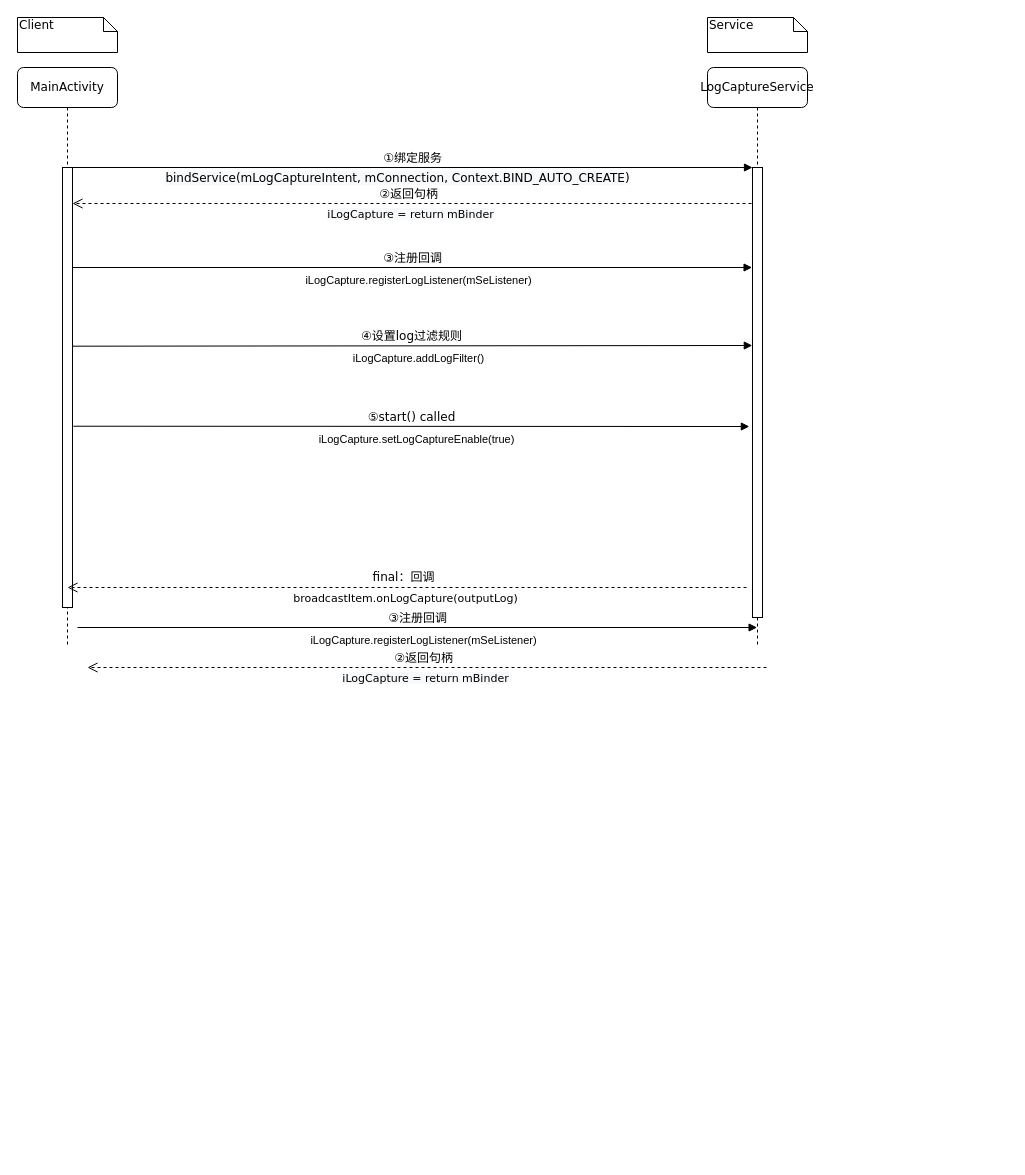
This is Seq-LogCapture-NFC.drawio from SuperSources/draw.io, a draw.io file, before an edit. Source tidied: cells renumbered, new cells numbered last; positions are measured from the earlier drawing's top-left corner, leaving out a move shared by most shapes. Both pictures are drawn from the tidied source at 100%, with x=0, y=0 at pixel (17, 17).
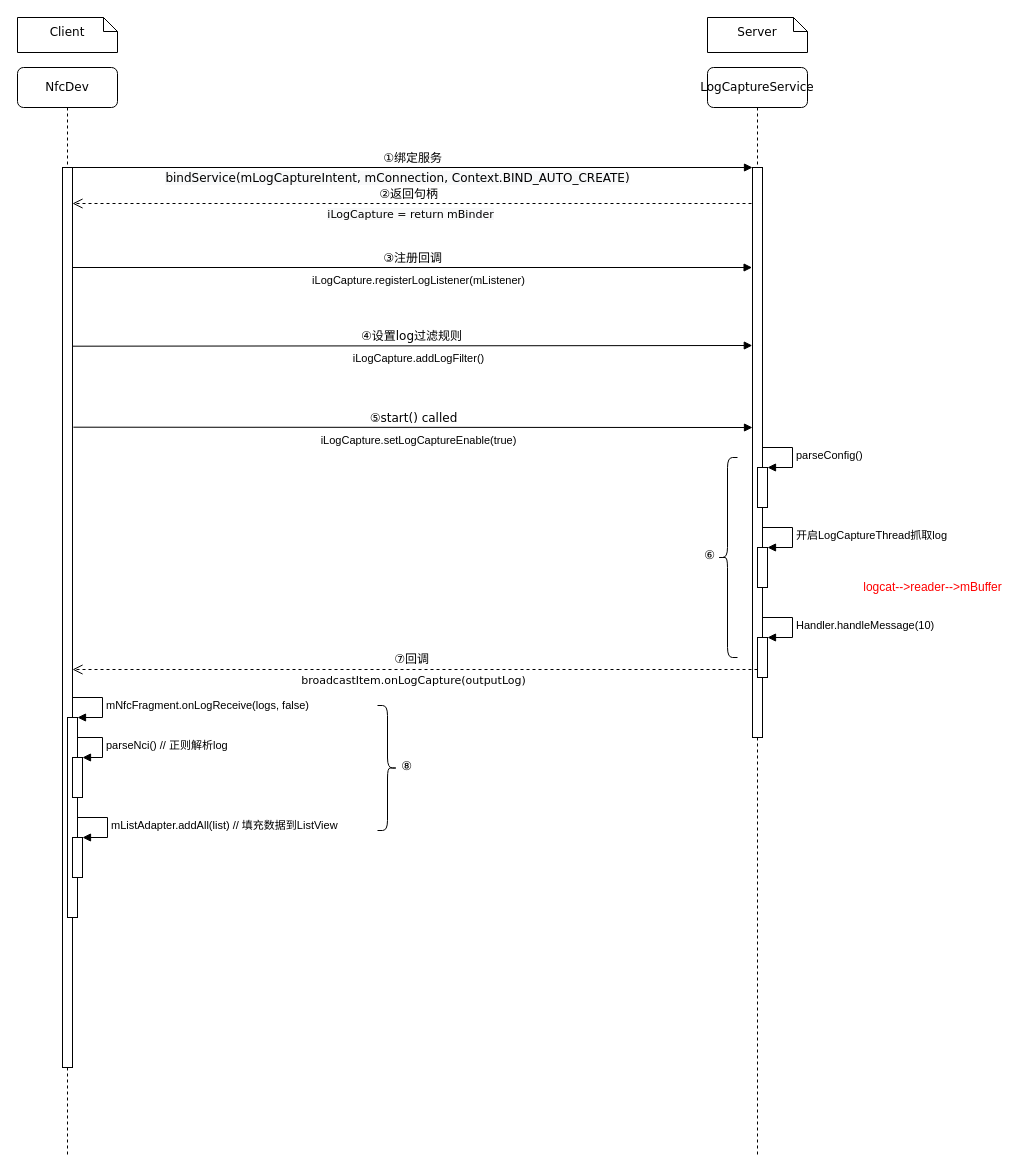
Above is the later version.

The change refers to these unchanged cells:
```xml
<mxCell id="12" value="③注册回调" style="html=1;verticalAlign=bottom;endArrow=block;entryX=-0.038;entryY=0.381;labelBackgroundColor=none;fontFamily=Verdana;fontSize=12;edgeStyle=elbowEdgeStyle;elbow=vertical;entryDx=0;entryDy=0;entryPerimeter=0;" parent="1" edge="1">
  <mxGeometry relative="1" as="geometry">
    <mxPoint x="55" y="250" as="sourcePoint" />
    <mxPoint x="734.6" y="250.5" as="targetPoint" />
  </mxGeometry>
</mxCell>
```

The edit, as a diff of the source:
```diff
@@
-<mxGraphModel>
+<mxGraphModel background="#ffffff">
@@
     <mxCell id="2" value="LogCaptureService" style="shape=umlLifeline;perimeter=lifelinePerimeter;whiteSpace=wrap;html=1;rounded=1;shadow=0;comic=0;labelBackgroundColor=none;strokeWidth=1;fontFamily=Verdana;fontSize=12;align=center;" parent="1" vertex="1">
-      <mxGeometry x="690" y="50" width="100" height="580" as="geometry" />
+      <mxGeometry x="690" y="50" width="100" height="1090" as="geometry" />
     </mxCell>
     <mxCell id="3" style="html=1;points=[];perimeter=orthogonalPerimeter;rounded=0;shadow=0;comic=0;labelBackgroundColor=none;strokeWidth=1;fontFamily=Verdana;fontSize=12;align=center;" parent="2" vertex="1">
-      <mxGeometry x="45" y="100" width="10" height="450" as="geometry" />
+      <mxGeometry x="45" y="100" width="10" height="570" as="geometry" />
     </mxCell>
+    <mxCell id="24" style="html=1;points=[];perimeter=orthogonalPerimeter;" parent="2" vertex="1">
+      <mxGeometry x="50" y="400" width="10" height="40" as="geometry" />
+    </mxCell>
+    <mxCell id="25" value="parseConfig()" style="edgeStyle=orthogonalEdgeStyle;html=1;align=left;spacingLeft=2;endArrow=block;rounded=0;entryX=1;entryY=0;" parent="2" edge="1" target="24">
+      <mxGeometry relative="1" as="geometry">
+        <mxPoint x="55" y="380" as="sourcePoint" />
+        <Array as="points">
+          <mxPoint x="85" y="380" />
+        </Array>
+      </mxGeometry>
+    </mxCell>
+    <mxCell id="26" style="html=1;points=[];perimeter=orthogonalPerimeter;" parent="2" vertex="1">
+      <mxGeometry x="50" y="480" width="10" height="40" as="geometry" />
+    </mxCell>
+    <mxCell id="27" value="开启LogCaptureThread抓取log" style="edgeStyle=orthogonalEdgeStyle;html=1;align=left;spacingLeft=2;endArrow=block;rounded=0;entryX=1;entryY=0;" parent="2" edge="1" target="26">
+      <mxGeometry relative="1" as="geometry">
+        <mxPoint x="55" y="460" as="sourcePoint" />
+        <Array as="points">
+          <mxPoint x="85" y="460" />
+        </Array>
+      </mxGeometry>
+    </mxCell>
+    <mxCell id="28" style="html=1;points=[];perimeter=orthogonalPerimeter;" parent="2" vertex="1">
+      <mxGeometry x="50" y="570" width="10" height="40" as="geometry" />
+    </mxCell>
+    <mxCell id="29" value="Handler.handleMessage(10)" style="edgeStyle=orthogonalEdgeStyle;html=1;align=left;spacingLeft=2;endArrow=block;rounded=0;entryX=1;entryY=0;" parent="2" edge="1" target="28">
+      <mxGeometry relative="1" as="geometry">
+        <mxPoint x="55" y="550" as="sourcePoint" />
+        <Array as="points">
+          <mxPoint x="85" y="550" />
+        </Array>
+      </mxGeometry>
+    </mxCell>
+    <mxCell id="30" style="shape=curlyBracket;whiteSpace=wrap;html=1;rounded=1;" parent="2" vertex="1">
+      <mxGeometry x="10" y="390" width="20" height="200" as="geometry" />
+    </mxCell>
+    <mxCell id="31" value="⑥" style="text;html=1;align=center;verticalAlign=middle;fillColor=none;strokeColor=none;rounded=0;" parent="2" vertex="1">
+      <mxGeometry x="-13" y="478" width="30" height="20" as="geometry" />
+    </mxCell>
-    <mxCell id="4" value="MainActivity" style="shape=umlLifeline;perimeter=lifelinePerimeter;whiteSpace=wrap;html=1;rounded=1;shadow=0;comic=0;labelBackgroundColor=none;strokeWidth=1;fontFamily=Verdana;fontSize=12;align=center;" parent="1" vertex="1">
-      <mxGeometry y="50" width="100" height="580" as="geometry" />
+    <mxCell id="4" value="NfcDev" style="shape=umlLifeline;perimeter=lifelinePerimeter;whiteSpace=wrap;html=1;rounded=1;shadow=0;comic=0;labelBackgroundColor=none;strokeWidth=1;fontFamily=Verdana;fontSize=12;align=center;" parent="1" vertex="1">
+      <mxGeometry y="50" width="100" height="1090" as="geometry" />
     </mxCell>
     <mxCell id="5" style="html=1;points=[];perimeter=orthogonalPerimeter;rounded=0;shadow=0;comic=0;labelBackgroundColor=none;strokeWidth=1;fontFamily=Verdana;fontSize=12;align=center;" parent="4" vertex="1">
-      <mxGeometry x="45" y="100" width="10" height="440" as="geometry" />
+      <mxGeometry x="45" y="100" width="10" height="900" as="geometry" />
     </mxCell>
+    <mxCell id="32" style="html=1;points=[];perimeter=orthogonalPerimeter;fontColor=#FF0000;" parent="4" vertex="1">
+      <mxGeometry x="50" y="650" width="10" height="200" as="geometry" />
+    </mxCell>
+    <mxCell id="33" value="&lt;font color=&quot;#000000&quot;&gt;mNfcFragment.onLogReceive(logs, false)&lt;/font&gt;" style="edgeStyle=orthogonalEdgeStyle;html=1;align=left;spacingLeft=2;endArrow=block;rounded=0;entryX=1;entryY=0;fontColor=#FF0000;" parent="4" edge="1" target="32">
+      <mxGeometry relative="1" as="geometry">
+        <mxPoint x="55" y="630" as="sourcePoint" />
+        <Array as="points">
+          <mxPoint x="85" y="630" />
+        </Array>
+      </mxGeometry>
+    </mxCell>
+    <mxCell id="34" style="html=1;points=[];perimeter=orthogonalPerimeter;fontColor=#000000;" parent="4" vertex="1">
+      <mxGeometry x="55" y="690" width="10" height="40" as="geometry" />
+    </mxCell>
+    <mxCell id="35" value="parseNci()&lt;span style=&quot;white-space: pre&quot;&gt; &lt;/span&gt;// 正则解析log" style="edgeStyle=orthogonalEdgeStyle;html=1;align=left;spacingLeft=2;endArrow=block;rounded=0;entryX=1;entryY=0;fontColor=#000000;" parent="4" edge="1" source="32" target="34">
+      <mxGeometry relative="1" as="geometry">
+        <Array as="points">
+          <mxPoint x="85" y="670" />
+          <mxPoint x="85" y="690" />
+        </Array>
+      </mxGeometry>
+    </mxCell>
+    <mxCell id="36" style="html=1;points=[];perimeter=orthogonalPerimeter;fontColor=#000000;" parent="4" vertex="1">
+      <mxGeometry x="55" y="770" width="10" height="40" as="geometry" />
+    </mxCell>
+    <mxCell id="37" value="mListAdapter.addAll(list)&lt;span style=&quot;white-space: pre&quot;&gt; &lt;/span&gt;// 填充数据到ListView" style="edgeStyle=orthogonalEdgeStyle;html=1;align=left;spacingLeft=2;endArrow=block;rounded=0;entryX=1;entryY=0;fontColor=#000000;" parent="4" edge="1" target="36">
+      <mxGeometry relative="1" as="geometry">
+        <mxPoint x="60" y="750" as="sourcePoint" />
+        <Array as="points">
+          <mxPoint x="90" y="750" />
+        </Array>
+      </mxGeometry>
+    </mxCell>
@@
-    <mxCell id="10" value="Client" style="shape=note;whiteSpace=wrap;html=1;size=14;verticalAlign=top;align=left;spacingTop=-6;rounded=0;shadow=0;comic=0;labelBackgroundColor=none;strokeWidth=1;fontFamily=Verdana;fontSize=12;" parent="1" vertex="1">
+    <mxCell id="10" value="&lt;div&gt;&lt;span&gt;Client&lt;/span&gt;&lt;/div&gt;" style="shape=note;whiteSpace=wrap;html=1;size=14;verticalAlign=middle;align=center;spacingTop=-6;rounded=0;shadow=0;comic=0;labelBackgroundColor=none;strokeWidth=1;fontFamily=Verdana;fontSize=12;" parent="1" vertex="1">
       <mxGeometry width="100" height="35" as="geometry" />
     </mxCell>
-    <mxCell id="11" value="Service" style="shape=note;whiteSpace=wrap;html=1;size=14;verticalAlign=top;align=left;spacingTop=-6;rounded=0;shadow=0;comic=0;labelBackgroundColor=none;strokeWidth=1;fontFamily=Verdana;fontSize=12;" parent="1" vertex="1">
+    <mxCell id="11" value="Server" style="shape=note;whiteSpace=wrap;html=1;size=14;verticalAlign=middle;align=center;spacingTop=-6;rounded=0;shadow=0;comic=0;labelBackgroundColor=none;strokeWidth=1;fontFamily=Verdana;fontSize=12;" parent="1" vertex="1">
       <mxGeometry x="690" width="100" height="35" as="geometry" />
     </mxCell>
@@
-    <mxCell id="13" value="iLogCapture.registerLogListener(mSeListener)" style="edgeLabel;html=1;align=center;verticalAlign=middle;" parent="12" vertex="1">
+    <mxCell id="13" value="iLogCapture.registerLogListener(mListener)" style="edgeLabel;html=1;align=center;verticalAlign=middle;" parent="12" vertex="1">
       <mxGeometry x="0.03" y="-1" relative="1" as="geometry">
         <mxPoint x="-5" y="11" as="offset" />
       </mxGeometry>
     </mxCell>
-    <mxCell id="14" value="②返回句柄" style="html=1;verticalAlign=bottom;endArrow=open;dashed=1;endSize=8;labelBackgroundColor=none;fontFamily=Verdana;fontSize=12;edgeStyle=elbowEdgeStyle;elbow=vertical;" parent="1" edge="1">
-      <mxGeometry x="0.01" relative="1" as="geometry">
-        <mxPoint x="749" y="650" as="sourcePoint" />
-        <mxPoint x="70" y="650" as="targetPoint" />
-        <Array as="points">
-          <mxPoint x="405" y="650" />
-          <mxPoint x="485" y="1020" />
-        </Array>
-      </mxGeometry>
-    </mxCell>
-    <mxCell id="15" value="&lt;span style=&quot;background-color: rgb(248 , 249 , 250)&quot;&gt;&lt;font face=&quot;Verdana&quot;&gt;iLogCapture = return&amp;nbsp;mBinder&lt;/font&gt;&lt;/span&gt;" style="edgeLabel;html=1;align=center;verticalAlign=middle;" parent="14" vertex="1">
-      <mxGeometry x="-0.02" y="2" relative="1" as="geometry">
-        <mxPoint x="-9" y="8" as="offset" />
-      </mxGeometry>
-    </mxCell>
-    <mxCell id="16" value="③注册回调" style="html=1;verticalAlign=bottom;endArrow=block;entryX=-0.038;entryY=0.381;labelBackgroundColor=none;fontFamily=Verdana;fontSize=12;edgeStyle=elbowEdgeStyle;elbow=vertical;entryDx=0;entryDy=0;entryPerimeter=0;" parent="1" edge="1">
-      <mxGeometry relative="1" as="geometry">
-        <mxPoint x="60" y="610" as="sourcePoint" />
-        <mxPoint x="739.6" y="610.5" as="targetPoint" />
-      </mxGeometry>
-    </mxCell>
-    <mxCell id="17" value="iLogCapture.registerLogListener(mSeListener)" style="edgeLabel;html=1;align=center;verticalAlign=middle;" parent="16" vertex="1">
-      <mxGeometry x="0.03" y="-1" relative="1" as="geometry">
-        <mxPoint x="-5" y="11" as="offset" />
-      </mxGeometry>
-    </mxCell>
-    <mxCell id="18" value="final：回调&lt;font color=&quot;rgba(0, 0, 0, 0)&quot; face=&quot;monospace&quot;&gt;&lt;span style=&quot;font-size: 0px&quot;&gt;onLogCap&lt;/span&gt;&lt;/font&gt;" style="html=1;verticalAlign=bottom;endArrow=open;dashed=1;endSize=8;labelBackgroundColor=none;fontFamily=Verdana;fontSize=12;edgeStyle=elbowEdgeStyle;elbow=vertical;" parent="1" edge="1">
+    <mxCell id="18" value="⑦回调&lt;font color=&quot;rgba(0, 0, 0, 0)&quot; face=&quot;monospace&quot;&gt;&lt;span style=&quot;font-size: 0px&quot;&gt;onLogCap&lt;/span&gt;&lt;/font&gt;" style="html=1;verticalAlign=bottom;endArrow=open;dashed=1;endSize=8;labelBackgroundColor=none;fontFamily=Verdana;fontSize=12;edgeStyle=elbowEdgeStyle;elbow=vertical;" parent="1" edge="1" source="28">
       <mxGeometry x="0.01" relative="1" as="geometry">
-        <mxPoint x="729" y="570" as="sourcePoint" />
-        <mxPoint x="50" y="570" as="targetPoint" />
+        <mxPoint x="55" y="652" as="targetPoint" />
         <Array as="points">
-          <mxPoint x="385" y="570" />
-          <mxPoint x="465" y="940" />
+          <mxPoint x="385" y="652" />
+          <mxPoint x="465" y="1022" />
         </Array>
       </mxGeometry>
     </mxCell>
@@
-    <mxCell id="22" value="⑤start() called" style="html=1;verticalAlign=bottom;endArrow=block;entryX=-0.314;entryY=0.575;labelBackgroundColor=none;fontFamily=Verdana;fontSize=12;edgeStyle=elbowEdgeStyle;elbow=vertical;entryDx=0;entryDy=0;entryPerimeter=0;exitX=1.091;exitY=0.588;exitDx=0;exitDy=0;exitPerimeter=0;" parent="1" edge="1" source="5" target="3">
-      <mxGeometry relative="1" as="geometry" />
+    <mxCell id="22" value="⑤start() called" style="html=1;verticalAlign=bottom;endArrow=block;labelBackgroundColor=none;fontFamily=Verdana;fontSize=12;edgeStyle=elbowEdgeStyle;elbow=vertical;exitX=1.091;exitY=0.588;exitDx=0;exitDy=0;exitPerimeter=0;" parent="1" edge="1">
+      <mxGeometry relative="1" as="geometry">
+        <mxPoint x="55.9" y="409.7" as="sourcePoint" />
+        <mxPoint x="735" y="409.8" as="targetPoint" />
+      </mxGeometry>
     </mxCell>
@@
+    <mxCell id="38" value="&lt;font color=&quot;#ff0000&quot;&gt;logcat--&amp;gt;reader--&amp;gt;mBuffer&lt;/font&gt;" style="text;html=1;align=center;verticalAlign=middle;fillColor=none;strokeColor=none;rounded=0;" parent="1" vertex="1">
+      <mxGeometry x="840" y="560" width="150" height="20" as="geometry" />
+    </mxCell>
+    <mxCell id="39" style="shape=curlyBracket;whiteSpace=wrap;html=1;rounded=1;flipH=1;fontColor=#000000;" parent="1" vertex="1">
+      <mxGeometry x="360" y="688" width="20" height="125" as="geometry" />
+    </mxCell>
+    <mxCell id="40" value="⑧" style="text;html=1;align=center;verticalAlign=middle;fillColor=none;strokeColor=none;rounded=0;" parent="1" vertex="1">
+      <mxGeometry x="374" y="738.5" width="30" height="20" as="geometry" />
+    </mxCell>
```
